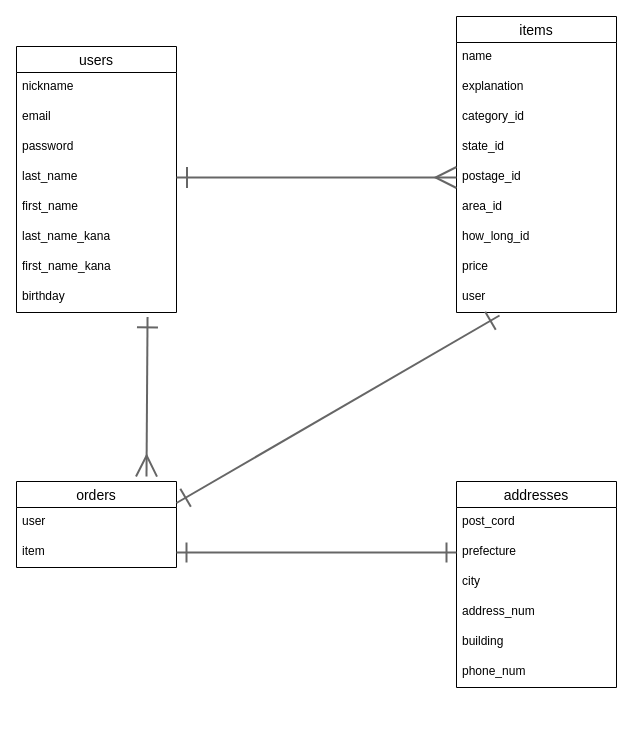
Earlier version of the draw.io diagram furima.dio (rikookazaki/furima-41582). Source tidied: cells renumbered, new cells numbered last; positions are measured from the earlier drawing's top-left corner, leaving out a move shared by most shapes. Both pictures are drawn from the tidied source at 100%, with x=0, y=0 at pixel (16, 16).
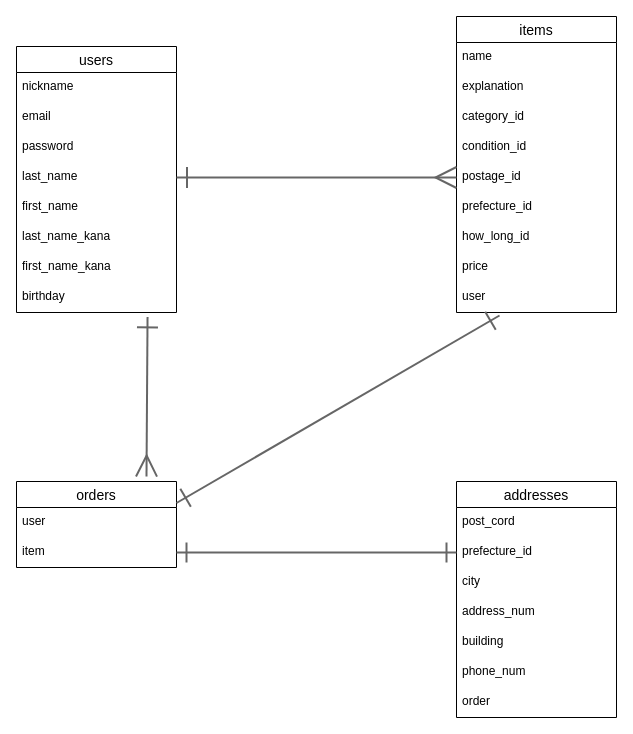
After the change.

Commit message (it also covers changes not shown here):
ER図、README修正2

The change refers to these unchanged cells:
```xml
<mxCell id="11" value="items" style="swimlane;fontStyle=0;horizontal=1;startSize=26;align=center;fontSize=14;" parent="1" vertex="1">
  <mxGeometry x="440" width="160" height="296" as="geometry" />
</mxCell>
```

The edit, as a diff of the source:
```diff
@@
-    <mxCell id="15" value="state_id" style="text;strokeColor=none;fillColor=none;spacingLeft=4;spacingRight=4;overflow=hidden;fontSize=12;" parent="11" vertex="1">
+    <mxCell id="15" value="condition_id" style="text;strokeColor=none;fillColor=none;spacingLeft=4;spacingRight=4;overflow=hidden;fontSize=12;" parent="11" vertex="1">
       <mxGeometry y="116" width="160" height="30" as="geometry" />
     </mxCell>
@@
-    <mxCell id="17" value="area_id" style="text;strokeColor=none;fillColor=none;spacingLeft=4;spacingRight=4;overflow=hidden;fontSize=12;" parent="11" vertex="1">
+    <mxCell id="17" value="prefecture_id" style="text;strokeColor=none;fillColor=none;spacingLeft=4;spacingRight=4;overflow=hidden;fontSize=12;" parent="11" vertex="1">
       <mxGeometry y="176" width="160" height="30" as="geometry" />
     </mxCell>
@@
     <mxCell id="27" value="addresses" style="swimlane;fontStyle=0;horizontal=1;startSize=26;align=center;fontSize=14;" parent="1" vertex="1">
-      <mxGeometry x="440" y="465" width="160" height="206" as="geometry" />
+      <mxGeometry x="440" y="465" width="160" height="236" as="geometry" />
     </mxCell>
@@
-    <mxCell id="29" value="prefecture" style="text;strokeColor=none;fillColor=none;spacingLeft=4;spacingRight=4;overflow=hidden;points=[[0,0.5],[1,0.5]];portConstraint=eastwest;fontSize=12;" parent="27" vertex="1">
+    <mxCell id="29" value="prefecture_id" style="text;strokeColor=none;fillColor=none;spacingLeft=4;spacingRight=4;overflow=hidden;points=[[0,0.5],[1,0.5]];portConstraint=eastwest;fontSize=12;" parent="27" vertex="1">
       <mxGeometry y="56" width="160" height="30" as="geometry" />
     </mxCell>
@@
+    <mxCell id="35" value="order" style="text;strokeColor=none;fillColor=none;spacingLeft=4;spacingRight=4;overflow=hidden;fontSize=12;" parent="27" vertex="1">
+      <mxGeometry y="206" width="160" height="30" as="geometry" />
+    </mxCell>
```
